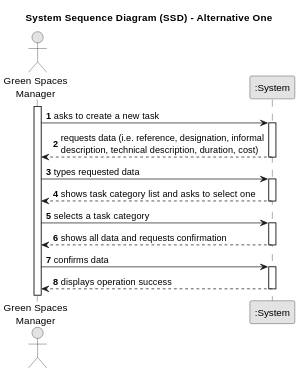
daniel41silva05/ISEP_2023_2024_LAPR2 keeps this PlantUML diagram as docs/sprintA&B&C/us023/01.requirements-engineering/svg/us023-system-sequence-diagram-alternative-one.svg. Above is the earlier version. Its diagram source:
```plantuml
@startuml
skinparam monochrome true
skinparam packageStyle rectangle
skinparam shadowing false

title System Sequence Diagram (SSD) - Alternative One

autonumber

actor "Green Spaces\nManager" as GSM
participant ":System" as System

activate GSM

    GSM -> System : asks to create a new task
    activate System

        System --> GSM : requests data (i.e. reference, designation, informal\ndescription, technical description, duration, cost)
    deactivate System

    GSM -> System : types requested data
    activate System

        System --> GSM : shows task category list and asks to select one
    deactivate System

    GSM -> System : selects a task category
    activate System

        System --> GSM : shows all data and requests confirmation
    deactivate System

    GSM -> System : confirms data
    activate System

        System --> GSM : displays operation success
    deactivate System
@enduml
```
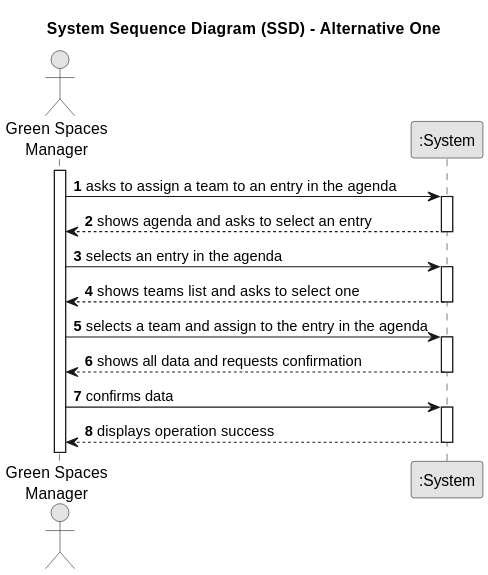
Later version of the same file.

Commit message:
US23 - SSD, Acceptance Criteria, Dependencies and Data #11

The edit, as a diff of the source:
```diff
@@ -12,19 +12,19 @@
 
 activate GSM
 
-    GSM -> System : asks to create a new task
+    GSM -> System : asks to assign a team to an entry in the agenda
     activate System
 
-        System --> GSM : requests data (i.e. reference, designation, informal\ndescription, technical description, duration, cost)
+        System --> GSM : shows agenda and asks to select an entry
     deactivate System
 
-    GSM -> System : types requested data
+    GSM -> System : selects an entry in the agenda
     activate System
 
-        System --> GSM : shows task category list and asks to select one
+        System --> GSM : shows teams list and asks to select one
     deactivate System
 
-    GSM -> System : selects a task category
+    GSM -> System : selects a team and assign to the entry in the agenda
     activate System
 
         System --> GSM : shows all data and requests confirmation
```
